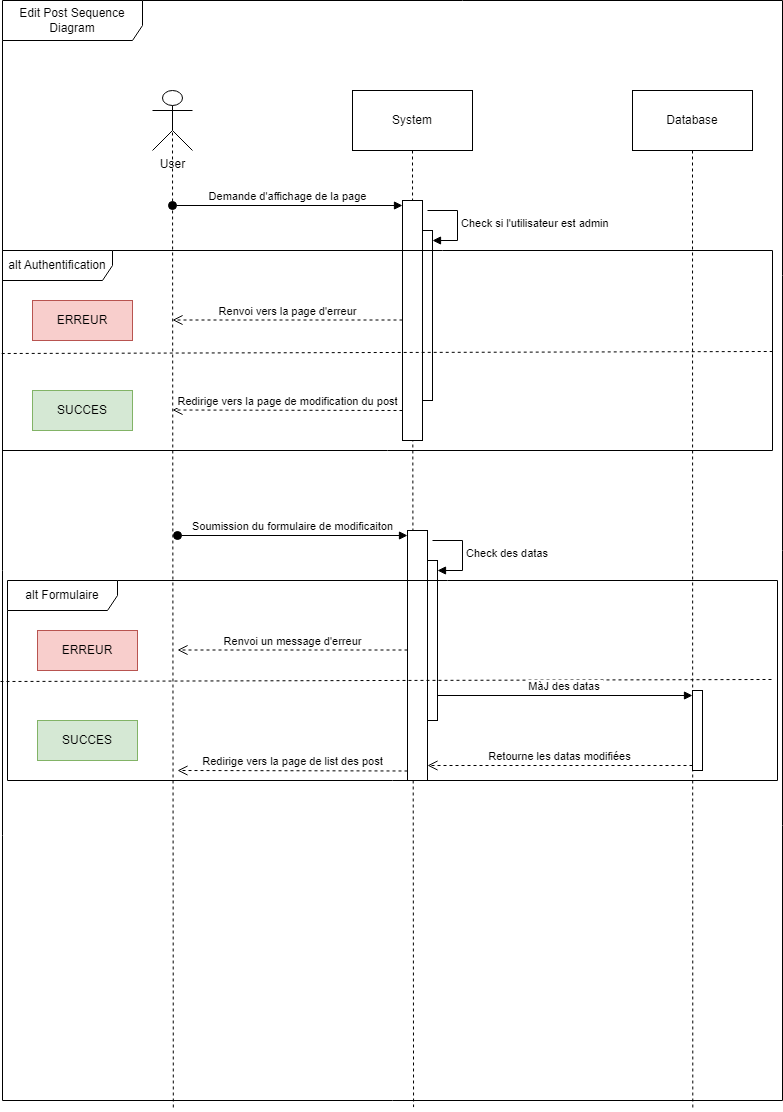
Earlier version of the draw.io export diagrammes/Projet_5_CHASSELOUP_Axel_DDS_CreatePostSequence.png (Axel92290/Projet_blog_php). Source tidied: cells renumbered, new cells last; positions are measured from the earlier drawing's top-left corner, leaving out a move shared by most shapes. Source of this version:
```xml
<mxGraphModel>
  <root>
    <mxCell id="0" />
    <mxCell id="1" parent="0" />
    <mxCell id="2" value="Edit Post Sequence Diagram" style="shape=umlFrame;whiteSpace=wrap;html=1;width=140;height=40;" parent="1" vertex="1">
      <mxGeometry x="2" width="780" height="1100" as="geometry" />
    </mxCell>
    <mxCell id="3" style="rounded=0;jettySize=auto;html=1;exitX=0.5;exitY=0.5;exitDx=0;exitDy=0;exitPerimeter=0;entryX=0.219;entryY=1.008;entryDx=0;entryDy=0;entryPerimeter=0;endArrow=none;endFill=0;dashed=1;" parent="1" edge="1" source="4" target="2">
      <mxGeometry relative="1" as="geometry" />
    </mxCell>
    <mxCell id="4" value="User" style="shape=umlActor;verticalLabelPosition=bottom;verticalAlign=top;html=1;outlineConnect=0;" parent="1" vertex="1">
      <mxGeometry x="152" y="90" width="40" height="60" as="geometry" />
    </mxCell>
    <mxCell id="5" style="rounded=0;jettySize=auto;html=1;exitX=0.5;exitY=1;exitDx=0;exitDy=0;entryX=0.527;entryY=1.006;entryDx=0;entryDy=0;entryPerimeter=0;dashed=1;endArrow=none;endFill=0;" parent="1" edge="1" source="6" target="2">
      <mxGeometry relative="1" as="geometry" />
    </mxCell>
    <mxCell id="6" value="System" style="rounded=0;whiteSpace=wrap;html=1;" parent="1" vertex="1">
      <mxGeometry x="352" y="90" width="120" height="60" as="geometry" />
    </mxCell>
    <mxCell id="7" style="rounded=0;jettySize=auto;html=1;exitX=0.5;exitY=1;exitDx=0;exitDy=0;entryX=0.885;entryY=1.009;entryDx=0;entryDy=0;entryPerimeter=0;dashed=1;endArrow=none;endFill=0;" parent="1" edge="1" source="8" target="2">
      <mxGeometry relative="1" as="geometry" />
    </mxCell>
    <mxCell id="8" value="Database" style="rounded=0;whiteSpace=wrap;html=1;" parent="1" vertex="1">
      <mxGeometry x="632" y="90" width="120" height="60" as="geometry" />
    </mxCell>
    <mxCell id="9" style="html=1;points=[[0,0,0,0,5],[0,1,0,0,-5],[1,0,0,0,5],[1,1,0,0,-5]];perimeter=orthogonalPerimeter;outlineConnect=0;targetShapes=umlLifeline;portConstraint=eastwest;newEdgeStyle={&quot;curved&quot;:0,&quot;rounded&quot;:0};" parent="1" vertex="1">
      <mxGeometry x="402" y="200" width="20" height="240" as="geometry" />
    </mxCell>
    <mxCell id="10" value="Demande d'affichage de la page" style="html=1;verticalAlign=bottom;startArrow=oval;endArrow=block;startSize=8;curved=0;rounded=0;entryX=0;entryY=0;entryDx=0;entryDy=5;" parent="1" edge="1" target="9">
      <mxGeometry relative="1" as="geometry">
        <mxPoint x="172" y="205" as="sourcePoint" />
      </mxGeometry>
    </mxCell>
    <mxCell id="11" style="html=1;points=[[0,0,0,0,5],[0,1,0,0,-5],[1,0,0,0,5],[1,1,0,0,-5]];perimeter=orthogonalPerimeter;outlineConnect=0;targetShapes=umlLifeline;portConstraint=eastwest;newEdgeStyle={&quot;curved&quot;:0,&quot;rounded&quot;:0};" parent="1" vertex="1">
      <mxGeometry x="422" y="230" width="10" height="170" as="geometry" />
    </mxCell>
    <mxCell id="12" value="Check si l'utilisateur est admin" style="html=1;align=left;spacingLeft=2;endArrow=block;rounded=0;edgeStyle=orthogonalEdgeStyle;curved=0;rounded=0;" parent="1" edge="1" target="11">
      <mxGeometry relative="1" as="geometry">
        <mxPoint x="427" y="210" as="sourcePoint" />
        <Array as="points">
          <mxPoint x="457" y="240" />
        </Array>
      </mxGeometry>
    </mxCell>
    <mxCell id="13" value="alt Authentification" style="shape=umlFrame;whiteSpace=wrap;html=1;width=110;height=30;" parent="1" vertex="1">
      <mxGeometry x="2" y="250" width="770" height="200" as="geometry" />
    </mxCell>
    <mxCell id="14" style="endArrow=none;dashed=1;html=1;rounded=0;exitX=-0.001;exitY=0.515;exitDx=0;exitDy=0;exitPerimeter=0;entryX=1;entryY=0.505;entryDx=0;entryDy=0;entryPerimeter=0;" parent="1" edge="1" source="13" target="13">
      <mxGeometry relative="1" as="geometry" />
    </mxCell>
    <mxCell id="15" value="ERREUR" style="rounded=0;whiteSpace=wrap;html=1;fillColor=#f8cecc;strokeColor=#b85450;" parent="1" vertex="1">
      <mxGeometry x="32" y="300" width="100" height="40" as="geometry" />
    </mxCell>
    <mxCell id="16" value="SUCCES" style="rounded=0;whiteSpace=wrap;html=1;fillColor=#d5e8d4;strokeColor=#82b366;" parent="1" vertex="1">
      <mxGeometry x="32" y="390" width="100" height="40" as="geometry" />
    </mxCell>
    <mxCell id="17" value="Renvoi vers la page d'erreur" style="html=1;verticalAlign=bottom;endArrow=open;dashed=1;endSize=8;curved=0;rounded=0;" parent="1" edge="1" source="9">
      <mxGeometry relative="1" as="geometry">
        <mxPoint x="172" y="319.5" as="targetPoint" />
      </mxGeometry>
    </mxCell>
    <mxCell id="18" value="Redirige vers la page de modification du post" style="html=1;verticalAlign=bottom;endArrow=open;dashed=1;endSize=8;curved=0;rounded=0;" parent="1" edge="1">
      <mxGeometry relative="1" as="geometry">
        <mxPoint x="402" y="410" as="sourcePoint" />
        <mxPoint x="172" y="409.5" as="targetPoint" />
      </mxGeometry>
    </mxCell>
    <mxCell id="19" style="html=1;points=[[0,0,0,0,5],[0,1,0,0,-5],[1,0,0,0,5],[1,1,0,0,-5]];perimeter=orthogonalPerimeter;outlineConnect=0;targetShapes=umlLifeline;portConstraint=eastwest;newEdgeStyle={&quot;curved&quot;:0,&quot;rounded&quot;:0};" parent="1" vertex="1">
      <mxGeometry x="407" y="530" width="20" height="250" as="geometry" />
    </mxCell>
    <mxCell id="20" value="Soumission du formulaire de modificaiton" style="html=1;verticalAlign=bottom;startArrow=oval;endArrow=block;startSize=8;curved=0;rounded=0;entryX=0;entryY=0;entryDx=0;entryDy=5;" parent="1" edge="1" target="19">
      <mxGeometry relative="1" as="geometry">
        <mxPoint x="177" y="535" as="sourcePoint" />
      </mxGeometry>
    </mxCell>
    <mxCell id="21" style="html=1;points=[[0,0,0,0,5],[0,1,0,0,-5],[1,0,0,0,5],[1,1,0,0,-5]];perimeter=orthogonalPerimeter;outlineConnect=0;targetShapes=umlLifeline;portConstraint=eastwest;newEdgeStyle={&quot;curved&quot;:0,&quot;rounded&quot;:0};" parent="1" vertex="1">
      <mxGeometry x="427" y="560" width="10" height="160" as="geometry" />
    </mxCell>
    <mxCell id="22" value="Check des datas" style="html=1;align=left;spacingLeft=2;endArrow=block;rounded=0;edgeStyle=orthogonalEdgeStyle;curved=0;rounded=0;" parent="1" edge="1" target="21">
      <mxGeometry relative="1" as="geometry">
        <mxPoint x="432" y="540" as="sourcePoint" />
        <Array as="points">
          <mxPoint x="462" y="570" />
        </Array>
      </mxGeometry>
    </mxCell>
    <mxCell id="23" value="alt Formulaire" style="shape=umlFrame;whiteSpace=wrap;html=1;width=110;height=30;" parent="1" vertex="1">
      <mxGeometry x="7" y="580" width="770" height="200" as="geometry" />
    </mxCell>
    <mxCell id="24" value="ERREUR" style="rounded=0;whiteSpace=wrap;html=1;fillColor=#f8cecc;strokeColor=#b85450;" parent="1" vertex="1">
      <mxGeometry x="37" y="630" width="100" height="40" as="geometry" />
    </mxCell>
    <mxCell id="25" value="SUCCES" style="rounded=0;whiteSpace=wrap;html=1;fillColor=#d5e8d4;strokeColor=#82b366;" parent="1" vertex="1">
      <mxGeometry x="37" y="720" width="100" height="40" as="geometry" />
    </mxCell>
    <mxCell id="26" value="Renvoi un message d'erreur" style="html=1;verticalAlign=bottom;endArrow=open;dashed=1;endSize=8;curved=0;rounded=0;" parent="1" edge="1" source="19">
      <mxGeometry relative="1" as="geometry">
        <mxPoint x="177" y="649.5" as="targetPoint" />
      </mxGeometry>
    </mxCell>
    <mxCell id="27" value="Redirige vers la page de list des post" style="html=1;verticalAlign=bottom;endArrow=open;dashed=1;endSize=8;curved=0;rounded=0;" parent="1" edge="1">
      <mxGeometry relative="1" as="geometry">
        <mxPoint x="407" y="770.5" as="sourcePoint" />
        <mxPoint x="177" y="770" as="targetPoint" />
      </mxGeometry>
    </mxCell>
    <mxCell id="28" style="endArrow=none;dashed=1;html=1;rounded=0;exitX=-0.001;exitY=0.515;exitDx=0;exitDy=0;exitPerimeter=0;entryX=1;entryY=0.505;entryDx=0;entryDy=0;entryPerimeter=0;" parent="1" edge="1">
      <mxGeometry relative="1" as="geometry">
        <mxPoint y="681" as="sourcePoint" />
        <mxPoint x="771" y="679" as="targetPoint" />
      </mxGeometry>
    </mxCell>
    <mxCell id="29" style="html=1;points=[[0,0,0,0,5],[0,1,0,0,-5],[1,0,0,0,5],[1,1,0,0,-5]];perimeter=orthogonalPerimeter;outlineConnect=0;targetShapes=umlLifeline;portConstraint=eastwest;newEdgeStyle={&quot;curved&quot;:0,&quot;rounded&quot;:0};" parent="1" vertex="1">
      <mxGeometry x="692" y="690" width="10" height="80" as="geometry" />
    </mxCell>
    <mxCell id="30" value="MàJ des datas&amp;nbsp;" style="html=1;verticalAlign=bottom;endArrow=block;curved=0;rounded=0;entryX=0;entryY=0;entryDx=0;entryDy=5;" parent="1" edge="1" source="21" target="29">
      <mxGeometry relative="1" as="geometry" />
    </mxCell>
    <mxCell id="31" value="Retourne les datas modifiées" style="html=1;verticalAlign=bottom;endArrow=open;dashed=1;endSize=8;curved=0;rounded=0;exitX=0;exitY=1;exitDx=0;exitDy=-5;" parent="1" edge="1" source="29" target="19">
      <mxGeometry relative="1" as="geometry" />
    </mxCell>
  </root>
</mxGraphModel>
```
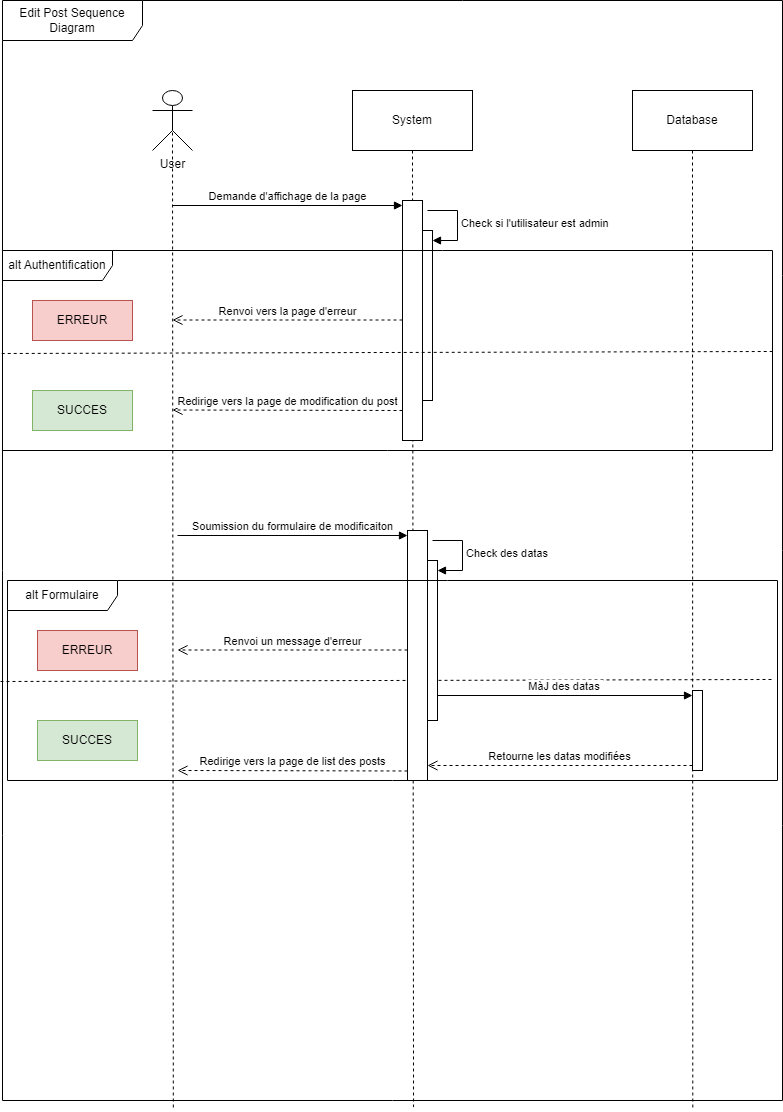
The same file after the commit.

Diff of the diagram source:
```diff
@@ -26,7 +26,7 @@
     <mxCell id="9" style="html=1;points=[[0,0,0,0,5],[0,1,0,0,-5],[1,0,0,0,5],[1,1,0,0,-5]];perimeter=orthogonalPerimeter;outlineConnect=0;targetShapes=umlLifeline;portConstraint=eastwest;newEdgeStyle={&quot;curved&quot;:0,&quot;rounded&quot;:0};" parent="1" vertex="1">
       <mxGeometry x="402" y="200" width="20" height="240" as="geometry" />
     </mxCell>
-    <mxCell id="10" value="Demande d'affichage de la page" style="html=1;verticalAlign=bottom;startArrow=oval;endArrow=block;startSize=8;curved=0;rounded=0;entryX=0;entryY=0;entryDx=0;entryDy=5;" parent="1" edge="1" target="9">
+    <mxCell id="10" value="Demande d'affichage de la page" style="html=1;verticalAlign=bottom;startArrow=none;endArrow=block;startSize=8;curved=0;rounded=0;entryX=0;entryY=0;entryDx=0;entryDy=5;startFill=0;" parent="1" edge="1" target="9">
       <mxGeometry relative="1" as="geometry">
         <mxPoint x="172" y="205" as="sourcePoint" />
       </mxGeometry>
@@ -65,10 +65,16 @@
         <mxPoint x="172" y="409.5" as="targetPoint" />
       </mxGeometry>
     </mxCell>
+    <mxCell id="28" style="endArrow=none;dashed=1;html=1;rounded=0;exitX=-0.001;exitY=0.515;exitDx=0;exitDy=0;exitPerimeter=0;entryX=1;entryY=0.505;entryDx=0;entryDy=0;entryPerimeter=0;" parent="1" edge="1">
+      <mxGeometry relative="1" as="geometry">
+        <mxPoint y="681" as="sourcePoint" />
+        <mxPoint x="771" y="679" as="targetPoint" />
+      </mxGeometry>
+    </mxCell>
     <mxCell id="19" style="html=1;points=[[0,0,0,0,5],[0,1,0,0,-5],[1,0,0,0,5],[1,1,0,0,-5]];perimeter=orthogonalPerimeter;outlineConnect=0;targetShapes=umlLifeline;portConstraint=eastwest;newEdgeStyle={&quot;curved&quot;:0,&quot;rounded&quot;:0};" parent="1" vertex="1">
       <mxGeometry x="407" y="530" width="20" height="250" as="geometry" />
     </mxCell>
-    <mxCell id="20" value="Soumission du formulaire de modificaiton" style="html=1;verticalAlign=bottom;startArrow=oval;endArrow=block;startSize=8;curved=0;rounded=0;entryX=0;entryY=0;entryDx=0;entryDy=5;" parent="1" edge="1" target="19">
+    <mxCell id="20" value="Soumission du formulaire de modificaiton" style="html=1;verticalAlign=bottom;startArrow=none;endArrow=block;startSize=8;curved=0;rounded=0;entryX=0;entryY=0;entryDx=0;entryDy=5;startFill=0;" parent="1" edge="1" target="19">
       <mxGeometry relative="1" as="geometry">
         <mxPoint x="177" y="535" as="sourcePoint" />
       </mxGeometry>
@@ -98,18 +104,12 @@
         <mxPoint x="177" y="649.5" as="targetPoint" />
       </mxGeometry>
     </mxCell>
-    <mxCell id="27" value="Redirige vers la page de list des post" style="html=1;verticalAlign=bottom;endArrow=open;dashed=1;endSize=8;curved=0;rounded=0;" parent="1" edge="1">
-      <mxGeometry relative="1" as="geometry">
-        <mxPoint x="407" y="770.5" as="sourcePoint" />
-        <mxPoint x="177" y="770" as="targetPoint" />
-      </mxGeometry>
-    </mxCell>
-    <mxCell id="28" style="endArrow=none;dashed=1;html=1;rounded=0;exitX=-0.001;exitY=0.515;exitDx=0;exitDy=0;exitPerimeter=0;entryX=1;entryY=0.505;entryDx=0;entryDy=0;entryPerimeter=0;" parent="1" edge="1">
-      <mxGeometry relative="1" as="geometry">
-        <mxPoint y="681" as="sourcePoint" />
-        <mxPoint x="771" y="679" as="targetPoint" />
-      </mxGeometry>
-    </mxCell>
+    <mxCell id="32" value="Redirige vers la page de list des posts&lt;br&gt;" style="html=1;verticalAlign=bottom;endArrow=open;dashed=1;endSize=8;curved=0;rounded=0;" parent="1" edge="1">
+      <mxGeometry relative="1" as="geometry">
+        <mxPoint x="407" y="770.5" as="sourcePoint" />
+        <mxPoint x="177" y="770" as="targetPoint" />
+      </mxGeometry>
+    </mxCell>
     <mxCell id="29" style="html=1;points=[[0,0,0,0,5],[0,1,0,0,-5],[1,0,0,0,5],[1,1,0,0,-5]];perimeter=orthogonalPerimeter;outlineConnect=0;targetShapes=umlLifeline;portConstraint=eastwest;newEdgeStyle={&quot;curved&quot;:0,&quot;rounded&quot;:0};" parent="1" vertex="1">
       <mxGeometry x="692" y="690" width="10" height="80" as="geometry" />
     </mxCell>
```
